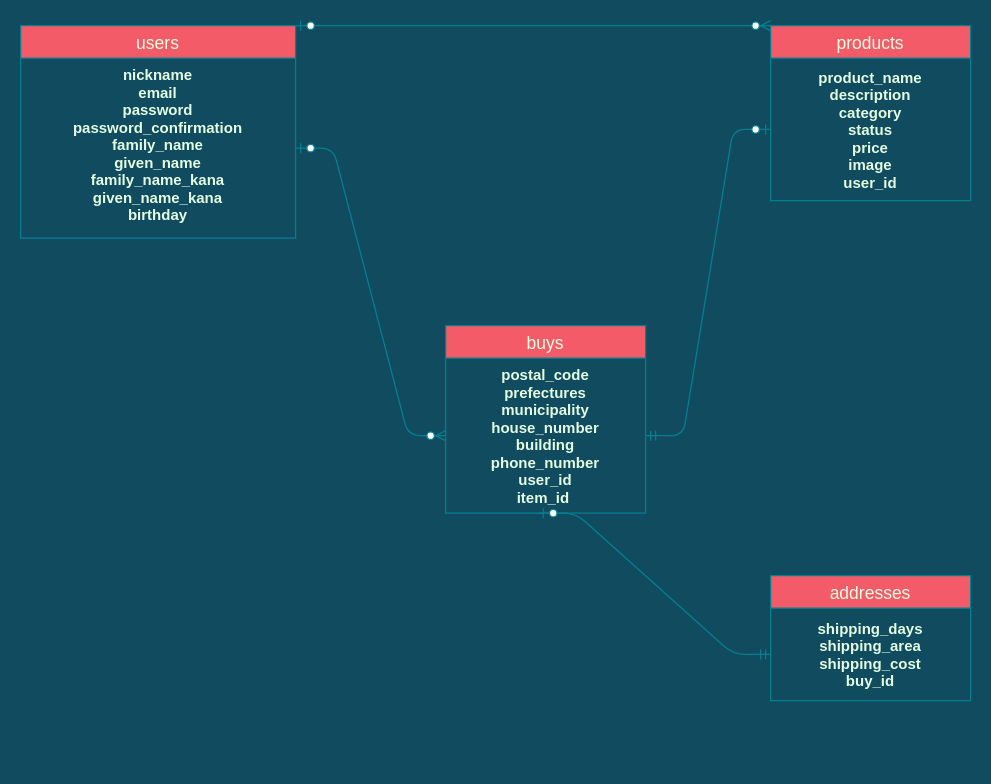
Earlier version of the draw.io diagram furima.dio (EitaIchinose/furima-34811). Source tidied: cells renumbered, new cells numbered last; positions are measured from the earlier drawing's top-left corner, leaving out a move shared by most shapes. Both pictures are drawn from the tidied source at 125%, with x=0, y=0 at pixel (20, 25).
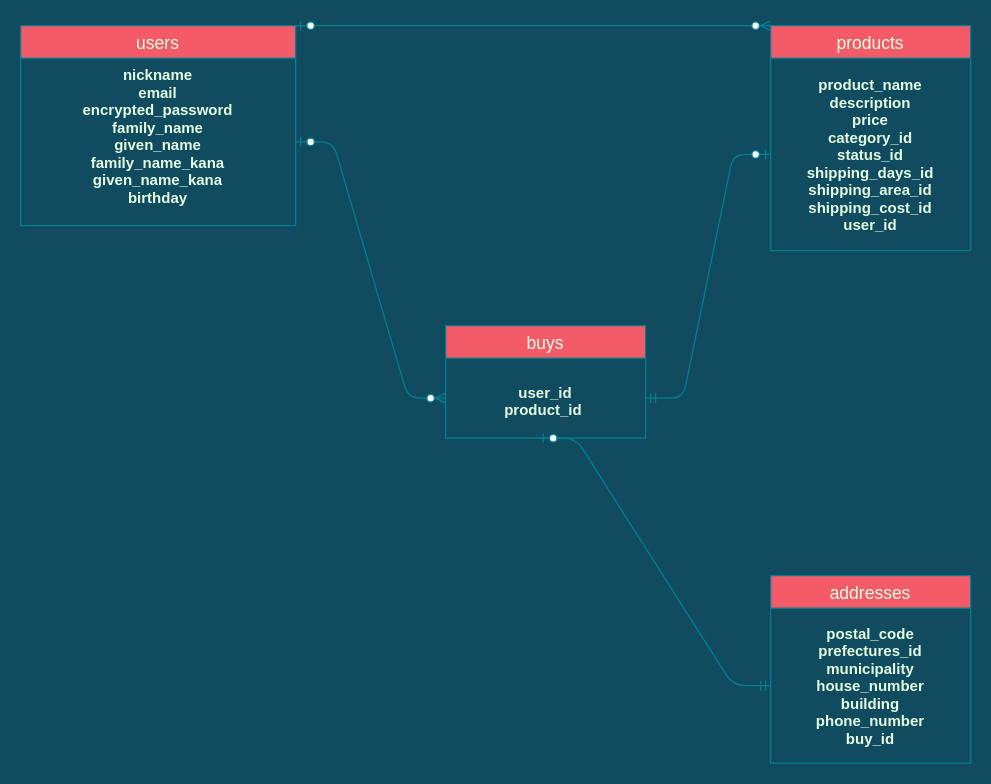
Above is the later version.

Change to the diagram source:
```diff
@@
 <mxGraphModel background="#114B5F">
   <root>
     <mxCell id="0" />
     <mxCell id="1" parent="0" />
     <mxCell id="2" value="users" style="swimlane;fontStyle=0;horizontal=1;startSize=26;align=center;fontSize=14;fillColor=#F45B69;strokeColor=#028090;fontColor=#E4FDE1;" parent="1" vertex="1">
-      <mxGeometry width="220" height="170" as="geometry" />
+      <mxGeometry width="220" height="160" as="geometry" />
     </mxCell>
-    <mxCell id="3" value="nickname&#10;email&#10;password&#10;password_confirmation&#10;family_name&#10;given_name&#10;family_name_kana&#10;given_name_kana&#10;birthday&#10;" style="text;strokeColor=none;fillColor=none;spacingLeft=4;spacingRight=4;overflow=hidden;points=[[0,0.5],[1,0.5]];portConstraint=eastwest;fontSize=12;align=center;fontStyle=1;fontColor=#E4FDE1;spacingBottom=0;spacingTop=0;verticalAlign=top;" parent="2" vertex="1">
-      <mxGeometry y="26" width="220" height="144" as="geometry" />
+    <mxCell id="3" value="nickname&#10;email&#10;encrypted_password&#10;family_name&#10;given_name&#10;family_name_kana&#10;given_name_kana&#10;birthday&#10;" style="text;strokeColor=none;fillColor=none;spacingLeft=4;spacingRight=4;overflow=hidden;points=[[0,0.5],[1,0.5]];portConstraint=eastwest;fontSize=12;align=center;fontStyle=1;fontColor=#E4FDE1;spacingBottom=0;spacingTop=0;verticalAlign=top;" parent="2" vertex="1">
+      <mxGeometry y="26" width="220" height="134" as="geometry" />
     </mxCell>
     <mxCell id="4" value="products" style="swimlane;fontStyle=0;horizontal=1;startSize=26;align=center;fontSize=14;fillColor=#F45B69;strokeColor=#028090;fontColor=#E4FDE1;" parent="1" vertex="1">
-      <mxGeometry x="600" width="160" height="140" as="geometry" />
+      <mxGeometry x="600" width="160" height="180" as="geometry" />
     </mxCell>
-    <mxCell id="5" value="product_name&#10;description&#10;category&#10;status&#10;price&#10;image&#10;user_id" style="text;spacingLeft=4;spacingRight=4;overflow=hidden;points=[[0,0.5],[1,0.5]];portConstraint=eastwest;fontSize=12;align=center;fontStyle=1;verticalAlign=middle;spacingTop=0;spacingBottom=0;spacing=0;fontColor=#E4FDE1;labelBorderColor=none;" parent="4" vertex="1">
-      <mxGeometry y="26" width="160" height="114" as="geometry" />
+    <mxCell id="5" value="product_name&#10;description&#10;price&#10;category_id&#10;status_id&#10;shipping_days_id&#10;shipping_area_id&#10;shipping_cost_id&#10;user_id" style="text;spacingLeft=4;spacingRight=4;overflow=hidden;points=[[0,0.5],[1,0.5]];portConstraint=eastwest;fontSize=12;align=center;fontStyle=1;verticalAlign=middle;spacingTop=0;spacingBottom=0;spacing=0;fontColor=#E4FDE1;labelBorderColor=none;" parent="4" vertex="1">
+      <mxGeometry y="26" width="160" height="154" as="geometry" />
     </mxCell>
     <mxCell id="6" value="buys" style="swimlane;fontStyle=0;horizontal=1;startSize=26;align=center;fontSize=14;fillColor=#F45B69;strokeColor=#028090;fontColor=#E4FDE1;" parent="1" vertex="1">
-      <mxGeometry x="340" y="240" width="160" height="150" as="geometry" />
+      <mxGeometry x="340" y="240" width="160" height="90" as="geometry" />
     </mxCell>
-    <mxCell id="7" value="postal_code&#10;prefectures&#10;municipality&#10;house_number&#10;building&#10;phone_number&#10;user_id&#10;item_id " style="text;strokeColor=none;fillColor=none;spacingLeft=4;spacingRight=4;overflow=hidden;points=[[0,0.5],[1,0.5]];portConstraint=eastwest;fontSize=12;fontColor=#E4FDE1;align=center;fontStyle=1;" parent="6" vertex="1">
-      <mxGeometry y="26" width="160" height="124" as="geometry" />
+    <mxCell id="7" value="&#10;user_id&#10;product_id " style="text;strokeColor=none;fillColor=none;spacingLeft=4;spacingRight=4;overflow=hidden;points=[[0,0.5],[1,0.5]];portConstraint=eastwest;fontSize=12;fontColor=#E4FDE1;align=center;fontStyle=1;" parent="6" vertex="1">
+      <mxGeometry y="26" width="160" height="64" as="geometry" />
     </mxCell>
     <mxCell id="8" value="addresses" style="swimlane;fontStyle=0;horizontal=1;startSize=26;align=center;fontSize=14;fillColor=#F45B69;strokeColor=#028090;fontColor=#E4FDE1;" parent="1" vertex="1">
-      <mxGeometry x="600" y="440" width="160" height="100" as="geometry" />
+      <mxGeometry x="600" y="440" width="160" height="150" as="geometry" />
     </mxCell>
-    <mxCell id="9" value="shipping_days&#10;shipping_area&#10;shipping_cost&#10;buy_id" style="text;strokeColor=none;fillColor=none;spacingLeft=4;spacingRight=4;overflow=hidden;points=[[0,0.5],[1,0.5]];portConstraint=eastwest;fontSize=12;fontColor=#E4FDE1;align=center;fontStyle=1;verticalAlign=middle;" parent="8" vertex="1">
-      <mxGeometry y="26" width="160" height="74" as="geometry" />
+    <mxCell id="9" value="postal_code&#10;prefectures_id&#10;municipality&#10;house_number&#10;building&#10;phone_number&#10;buy_id" style="text;strokeColor=none;fillColor=none;spacingLeft=4;spacingRight=4;overflow=hidden;points=[[0,0.5],[1,0.5]];portConstraint=eastwest;fontSize=12;fontColor=#E4FDE1;align=center;fontStyle=1;verticalAlign=middle;" parent="8" vertex="1">
+      <mxGeometry y="26" width="160" height="124" as="geometry" />
     </mxCell>
     <mxCell id="10" style="edgeStyle=entityRelationEdgeStyle;fontSize=25;html=1;endArrow=ERzeroToMany;startArrow=ERzeroToOne;strokeColor=#028090;fillColor=#F45B69;exitX=1;exitY=0;exitDx=0;exitDy=0;entryX=0;entryY=0;entryDx=0;entryDy=0;fontStyle=1;" parent="1" edge="1" source="2" target="4">
       <mxGeometry relative="1" as="geometry" />
     </mxCell>
     <mxCell id="11" style="edgeStyle=entityRelationEdgeStyle;fontSize=12;html=1;endArrow=ERzeroToMany;startArrow=ERzeroToOne;strokeColor=#028090;fillColor=#F45B69;entryX=0;entryY=0.5;entryDx=0;entryDy=0;exitX=1;exitY=0.5;exitDx=0;exitDy=0;" parent="1" edge="1" source="3" target="7">
       <mxGeometry relative="1" as="geometry" />
     </mxCell>
     <mxCell id="12" style="edgeStyle=entityRelationEdgeStyle;fontSize=12;html=1;endArrow=ERzeroToOne;startArrow=ERmandOne;strokeColor=#028090;fillColor=#F45B69;entryX=0;entryY=0.5;entryDx=0;entryDy=0;exitX=1;exitY=0.5;exitDx=0;exitDy=0;" parent="1" edge="1" source="7" target="5">
       <mxGeometry relative="1" as="geometry" />
     </mxCell>
     <mxCell id="13" style="edgeStyle=entityRelationEdgeStyle;fontSize=12;html=1;endArrow=ERzeroToOne;startArrow=ERmandOne;strokeColor=#028090;fillColor=#F45B69;entryX=0.463;entryY=1;entryDx=0;entryDy=0;entryPerimeter=0;exitX=0;exitY=0.5;exitDx=0;exitDy=0;" parent="1" edge="1" source="9" target="7">
       <mxGeometry relative="1" as="geometry" />
     </mxCell>
   </root>
 </mxGraphModel>
```
